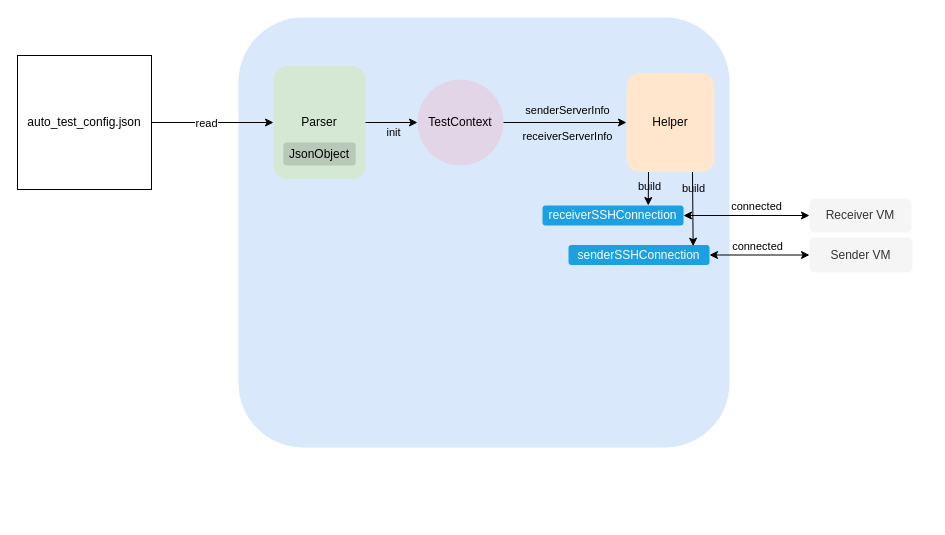
Above: system-function-view.drawio in should4/TCU-AutoTest (draw.io), before the change. Source tidied: cells renumbered, new cells numbered last; positions are measured from the earlier drawing's top-left corner, leaving out a move shared by most shapes. Both pictures are drawn from the tidied source at 100%, with x=0, y=0 at pixel (17, 17).
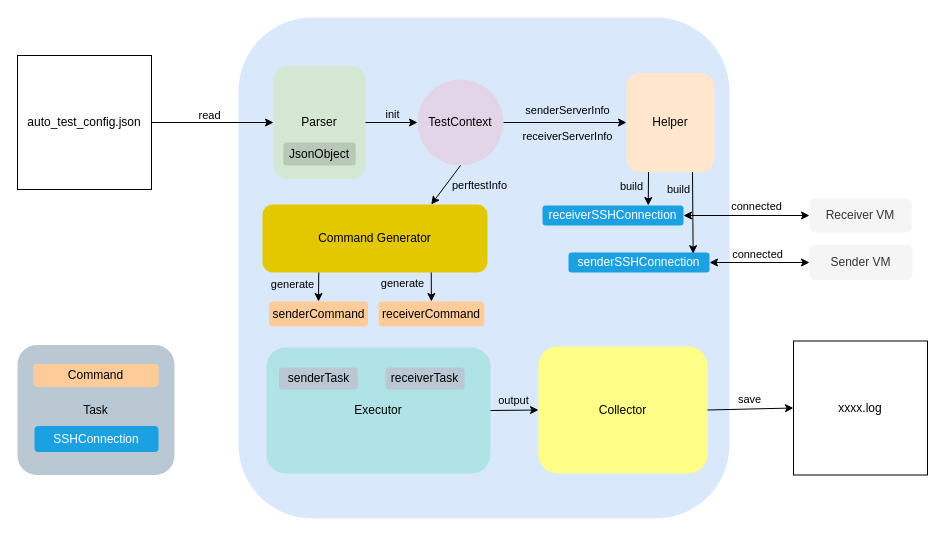
After the change.

The change refers to these unchanged cells:
```xml
<mxCell id="5" style="endArrow=classic;html=1;rounded=0;exitX=1;exitY=0.5;exitDx=0;exitDy=0;entryX=0;entryY=0.5;entryDx=0;entryDy=0;" parent="1" edge="1" source="4" target="3">
  <mxGeometry relative="1" as="geometry" />
</mxCell>
<mxCell id="7" value="TestContext" style="ellipse;whiteSpace=wrap;html=1;strokeColor=none;fillColor=#e1d5e7;" parent="1" vertex="1">
  <mxGeometry x="400" y="62" width="86" height="86" as="geometry" />
</mxCell>
<mxCell id="8" style="endArrow=classic;html=1;rounded=0;exitX=1;exitY=0.5;exitDx=0;exitDy=0;entryX=0;entryY=0.5;entryDx=0;entryDy=0;" parent="1" edge="1" source="3" target="7">
  <mxGeometry relative="1" as="geometry" />
</mxCell>
<mxCell id="18" style="endArrow=classic;html=1;rounded=0;exitX=0.25;exitY=1;exitDx=0;exitDy=0;entryX=0.75;entryY=0;entryDx=0;entryDy=0;" parent="1" edge="1" source="11" target="17">
  <mxGeometry relative="1" as="geometry" />
</mxCell>
<mxCell id="20" style="endArrow=classic;html=1;rounded=0;exitX=0.75;exitY=1;exitDx=0;exitDy=0;entryX=0.884;entryY=0.06;entryDx=0;entryDy=0;entryPerimeter=0;" parent="1" edge="1" source="11" target="16">
  <mxGeometry relative="1" as="geometry" />
</mxCell>
```

The edit, as a diff of the source:
```diff
@@
+    <mxCell id="26" value="Task" style="rounded=1;whiteSpace=wrap;html=1;fillColor=#bac8d3;strokeColor=none;" parent="1" vertex="1">
+      <mxGeometry y="327.5" width="157" height="130" as="geometry" />
+    </mxCell>
     <mxCell id="2" style="rounded=1;whiteSpace=wrap;html=1;strokeColor=none;fillColor=#dae8fc;" parent="1" vertex="1">
-      <mxGeometry x="221" width="491" height="430" as="geometry" />
+      <mxGeometry x="221" width="491" height="501" as="geometry" />
     </mxCell>
@@
     <mxCell id="6" value="read" style="edgeLabel;html=1;align=center;verticalAlign=middle;" parent="5" vertex="1">
-      <mxGeometry x="-0.11" relative="1" as="geometry" />
+      <mxGeometry x="-0.11" relative="1" as="geometry">
+        <mxPoint x="3" y="-8" as="offset" />
+      </mxGeometry>
     </mxCell>
@@
     <mxCell id="9" value="&lt;div&gt;&lt;br&gt;&lt;/div&gt;init" style="edgeLabel;html=1;align=center;verticalAlign=middle;labelBackgroundColor=none;" parent="8" vertex="1">
-      <mxGeometry x="0.04" y="-2" relative="1" as="geometry" />
+      <mxGeometry x="0.04" y="-2" relative="1" as="geometry">
+        <mxPoint x="-1" y="-18" as="offset" />
+      </mxGeometry>
     </mxCell>
@@
     <mxCell id="12" value="Sender VM" style="rounded=1;whiteSpace=wrap;html=1;fillColor=#f5f5f5;strokeColor=none;fontColor=#333333;" parent="1" vertex="1">
-      <mxGeometry x="792" y="220" width="103" height="35" as="geometry" />
+      <mxGeometry x="792" y="227.5" width="103" height="35" as="geometry" />
     </mxCell>
@@
     <mxCell id="16" value="senderSSHConnection" style="rounded=1;whiteSpace=wrap;html=1;fillColor=#1ba1e2;fontColor=#ffffff;strokeColor=none;" parent="1" vertex="1">
-      <mxGeometry x="551" y="227.5" width="141" height="20" as="geometry" />
+      <mxGeometry x="551" y="235" width="141" height="20" as="geometry" />
     </mxCell>
@@
     <mxCell id="19" value="build" style="edgeLabel;html=1;align=center;verticalAlign=middle;labelBackgroundColor=none;" parent="18" vertex="1">
-      <mxGeometry x="-0.18" y="1" relative="1" as="geometry" />
+      <mxGeometry x="-0.18" y="1" relative="1" as="geometry">
+        <mxPoint x="-18" as="offset" />
+      </mxGeometry>
     </mxCell>
@@
     <mxCell id="21" value="build" style="edgeLabel;html=1;align=center;verticalAlign=middle;labelBackgroundColor=none;" parent="20" vertex="1">
       <mxGeometry x="-0.42" relative="1" as="geometry">
-        <mxPoint y="-6" as="offset" />
+        <mxPoint x="-15" y="-7" as="offset" />
       </mxGeometry>
     </mxCell>
@@
+    <mxCell id="27" value="Command Generator" style="rounded=1;whiteSpace=wrap;html=1;fillColor=#e3c800;fontColor=#000000;strokeColor=none;" parent="1" vertex="1">
+      <mxGeometry x="245" y="187" width="225" height="68" as="geometry" />
+    </mxCell>
+    <mxCell id="28" style="endArrow=classic;html=1;rounded=0;entryX=0.75;entryY=0;entryDx=0;entryDy=0;exitX=0.5;exitY=1;exitDx=0;exitDy=0;" parent="1" edge="1" source="7" target="27">
+      <mxGeometry relative="1" as="geometry" />
+    </mxCell>
+    <mxCell id="29" value="perftestInfo" style="edgeLabel;html=1;align=center;verticalAlign=middle;labelBackgroundColor=none;" parent="28" vertex="1">
+      <mxGeometry x="0.02" y="1" relative="1" as="geometry">
+        <mxPoint x="33" y="-1" as="offset" />
+      </mxGeometry>
+    </mxCell>
+    <mxCell id="30" value="Executor" style="rounded=1;whiteSpace=wrap;html=1;fillColor=#b0e3e6;strokeColor=none;" parent="1" vertex="1">
+      <mxGeometry x="249" y="330" width="224" height="126" as="geometry" />
+    </mxCell>
+    <mxCell id="31" value="receiverTask" style="rounded=1;whiteSpace=wrap;html=1;fillColor=#bac8d3;strokeColor=none;" parent="1" vertex="1">
+      <mxGeometry x="368" y="350" width="79" height="22" as="geometry" />
+    </mxCell>
+    <mxCell id="32" value="senderCommand" style="rounded=1;whiteSpace=wrap;html=1;fillColor=#ffcc99;strokeColor=none;" parent="1" vertex="1">
+      <mxGeometry x="251.5" y="284" width="99" height="25" as="geometry" />
+    </mxCell>
+    <mxCell id="33" value="receiverCommand" style="rounded=1;whiteSpace=wrap;html=1;fillColor=#ffcc99;strokeColor=none;" parent="1" vertex="1">
+      <mxGeometry x="361" y="284" width="105.8" height="25" as="geometry" />
+    </mxCell>
+    <mxCell id="34" value="senderTask" style="rounded=1;whiteSpace=wrap;html=1;fillColor=#bac8d3;strokeColor=none;" parent="1" vertex="1">
+      <mxGeometry x="261.5" y="350" width="79" height="22" as="geometry" />
+    </mxCell>
+    <mxCell id="35" style="endArrow=classic;html=1;rounded=0;exitX=0.25;exitY=1;exitDx=0;exitDy=0;entryX=0.5;entryY=0;entryDx=0;entryDy=0;" parent="1" edge="1" source="27" target="32">
+      <mxGeometry relative="1" as="geometry" />
+    </mxCell>
+    <mxCell id="36" value="generate" style="edgeLabel;html=1;align=center;verticalAlign=middle;labelBackgroundColor=none;" parent="35" vertex="1">
+      <mxGeometry x="-0.17" y="-1" relative="1" as="geometry">
+        <mxPoint x="-26" as="offset" />
+      </mxGeometry>
+    </mxCell>
+    <mxCell id="37" style="endArrow=classic;html=1;rounded=0;exitX=0.75;exitY=1;exitDx=0;exitDy=0;entryX=0.5;entryY=0;entryDx=0;entryDy=0;" parent="1" edge="1" source="27" target="33">
+      <mxGeometry relative="1" as="geometry" />
+    </mxCell>
+    <mxCell id="38" value="generate" style="edgeLabel;html=1;align=center;verticalAlign=middle;labelBackgroundColor=none;" parent="37" vertex="1">
+      <mxGeometry x="-0.39" y="1" relative="1" as="geometry">
+        <mxPoint x="-30" y="2" as="offset" />
+      </mxGeometry>
+    </mxCell>
+    <mxCell id="39" value="Collector" style="rounded=1;whiteSpace=wrap;html=1;strokeColor=none;fillColor=#ffff88;" parent="1" vertex="1">
+      <mxGeometry x="521" y="329" width="169" height="127" as="geometry" />
+    </mxCell>
+    <mxCell id="40" value="xxxx.log" style="whiteSpace=wrap;html=1;" parent="1" vertex="1">
+      <mxGeometry x="776" y="323.5" width="134" height="134" as="geometry" />
+    </mxCell>
+    <mxCell id="41" style="endArrow=classic;html=1;rounded=0;exitX=1;exitY=0.5;exitDx=0;exitDy=0;entryX=0;entryY=0.5;entryDx=0;entryDy=0;" parent="1" edge="1" source="39" target="40">
+      <mxGeometry relative="1" as="geometry" />
+    </mxCell>
+    <mxCell id="42" value="save" style="edgeLabel;html=1;align=center;verticalAlign=middle;" parent="41" vertex="1">
+      <mxGeometry x="-0.08" y="-1" relative="1" as="geometry">
+        <mxPoint x="1" y="-11" as="offset" />
+      </mxGeometry>
+    </mxCell>
+    <mxCell id="43" style="endArrow=classic;html=1;rounded=0;entryX=0;entryY=0.5;entryDx=0;entryDy=0;exitX=1;exitY=0.5;exitDx=0;exitDy=0;" parent="1" edge="1" source="30" target="39">
+      <mxGeometry relative="1" as="geometry" />
+    </mxCell>
+    <mxCell id="44" value="output" style="edgeLabel;html=1;align=center;verticalAlign=middle;labelBackgroundColor=none;" parent="43" vertex="1">
+      <mxGeometry x="0.11" relative="1" as="geometry">
+        <mxPoint x="-4" y="-10" as="offset" />
+      </mxGeometry>
+    </mxCell>
+    <mxCell id="45" value="Command" style="rounded=1;whiteSpace=wrap;html=1;fillColor=#ffcc99;strokeColor=none;" parent="1" vertex="1">
+      <mxGeometry x="16" y="346.5" width="125" height="23" as="geometry" />
+    </mxCell>
+    <mxCell id="46" value="SSHConnection" style="rounded=1;whiteSpace=wrap;html=1;fillColor=#1ba1e2;fontColor=#ffffff;strokeColor=none;" parent="1" vertex="1">
+      <mxGeometry x="17" y="408.5" width="124" height="26" as="geometry" />
+    </mxCell>
```
